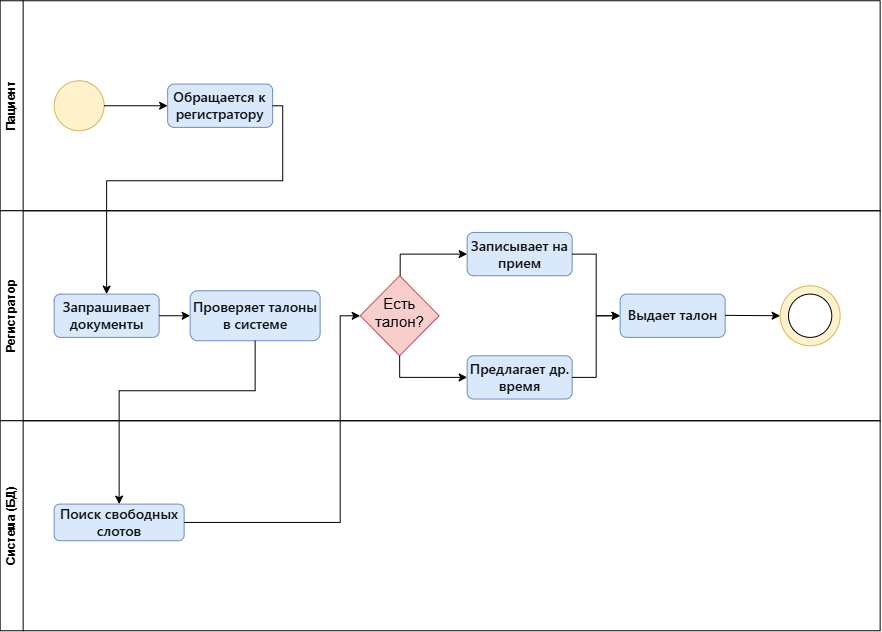
This is lab1/diagrams/activity-uml.png from mihedmasa-wq/visual-programming-labs-Mixed, a draw.io export, as it was before one commit. Source tidied: cells renumbered, new cells last; positions are measured from the earlier drawing's top-left corner, leaving out a move shared by most shapes. Its diagram source:
```xml
<mxGraphModel>
  <root>
    <mxCell id="0" />
    <mxCell id="1" parent="0" />
    <mxCell id="2" value="Пациент" style="swimlane;horizontal=0;whiteSpace=wrap;html=1;" parent="1" vertex="1">
      <mxGeometry width="880" height="210" as="geometry" />
    </mxCell>
    <mxCell id="3" style="ellipse;whiteSpace=wrap;html=1;shapeInside=1;fillColor=#fff2cc;strokeColor=#d6b656;" parent="2" vertex="1">
      <mxGeometry x="54" y="80" width="50" height="50" as="geometry" />
    </mxCell>
    <mxCell id="4" value="&lt;span style=&quot;font-weight: 600; color: rgb(15, 17, 21); font-family: quote-cjk-patch, Inter, system-ui, -apple-system, BlinkMacSystemFont, &amp;quot;Segoe UI&amp;quot;, Roboto, Oxygen, Ubuntu, Cantarell, &amp;quot;Open Sans&amp;quot;, &amp;quot;Helvetica Neue&amp;quot;, sans-serif; text-align: start;&quot;&gt;&lt;span class=&quot;&quot; style=&quot;&quot;&gt;&lt;font style=&quot;font-size: 14px;&quot;&gt;Обращается к регистратору&lt;/font&gt;&lt;/span&gt;&lt;/span&gt;" style="rounded=1;whiteSpace=wrap;html=1;fillColor=#dae8fc;strokeColor=#6c8ebf;" parent="2" vertex="1">
      <mxGeometry x="167.5" y="83.4" width="105" height="43.3" as="geometry" />
    </mxCell>
    <mxCell id="5" style="endArrow=classic;html=1;rounded=0;exitX=1;exitY=0.5;exitDx=0;exitDy=0;entryX=0;entryY=0.5;entryDx=0;entryDy=0;" parent="2" edge="1" source="3" target="4">
      <mxGeometry relative="1" as="geometry" />
    </mxCell>
    <mxCell id="6" value="Регистратор" style="swimlane;horizontal=0;whiteSpace=wrap;html=1;" parent="1" vertex="1">
      <mxGeometry y="210" width="880" height="210" as="geometry" />
    </mxCell>
    <mxCell id="7" value="&lt;span style=&quot;font-weight: 600; color: rgb(15, 17, 21); font-family: quote-cjk-patch, Inter, system-ui, -apple-system, BlinkMacSystemFont, &amp;quot;Segoe UI&amp;quot;, Roboto, Oxygen, Ubuntu, Cantarell, &amp;quot;Open Sans&amp;quot;, &amp;quot;Helvetica Neue&amp;quot;, sans-serif; text-align: start;&quot;&gt;&lt;span class=&quot;&quot; style=&quot;&quot;&gt;&lt;font style=&quot;font-size: 14px;&quot;&gt;Запрашивает документы&lt;/font&gt;&lt;/span&gt;&lt;/span&gt;" style="rounded=1;whiteSpace=wrap;html=1;fillColor=#dae8fc;strokeColor=#6c8ebf;" parent="6" vertex="1">
      <mxGeometry x="54" y="83.4" width="105" height="43.3" as="geometry" />
    </mxCell>
    <mxCell id="8" value="&lt;span style=&quot;font-weight: 600; color: rgb(15, 17, 21); font-family: quote-cjk-patch, Inter, system-ui, -apple-system, BlinkMacSystemFont, &amp;quot;Segoe UI&amp;quot;, Roboto, Oxygen, Ubuntu, Cantarell, &amp;quot;Open Sans&amp;quot;, &amp;quot;Helvetica Neue&amp;quot;, sans-serif; text-align: start;&quot;&gt;&lt;span class=&quot;&quot; style=&quot;&quot;&gt;&lt;font style=&quot;font-size: 14px;&quot;&gt;Проверяет талоны в системе&lt;/font&gt;&lt;/span&gt;&lt;/span&gt;" style="rounded=1;whiteSpace=wrap;html=1;fillColor=#dae8fc;strokeColor=#6c8ebf;" parent="6" vertex="1">
      <mxGeometry x="190" y="80" width="130" height="50" as="geometry" />
    </mxCell>
    <mxCell id="9" value="&lt;font style=&quot;font-size: 15px;&quot;&gt;Есть талон?&lt;/font&gt;" style="rhombus;whiteSpace=wrap;html=1;shapeInside=1;fillColor=#f8cecc;strokeColor=#b85450;" parent="6" vertex="1">
      <mxGeometry x="360" y="65" width="79" height="80" as="geometry" />
    </mxCell>
    <mxCell id="10" value="&lt;span style=&quot;font-weight: 600; color: rgb(15, 17, 21); font-family: quote-cjk-patch, Inter, system-ui, -apple-system, BlinkMacSystemFont, &amp;quot;Segoe UI&amp;quot;, Roboto, Oxygen, Ubuntu, Cantarell, &amp;quot;Open Sans&amp;quot;, &amp;quot;Helvetica Neue&amp;quot;, sans-serif; text-align: start;&quot;&gt;&lt;span class=&quot;&quot; style=&quot;&quot;&gt;&lt;font style=&quot;font-size: 14px;&quot;&gt;Предлагает др. время&lt;/font&gt;&lt;/span&gt;&lt;/span&gt;" style="rounded=1;whiteSpace=wrap;html=1;fillColor=#dae8fc;strokeColor=#6c8ebf;" parent="6" vertex="1">
      <mxGeometry x="467" y="145" width="105" height="43.3" as="geometry" />
    </mxCell>
    <mxCell id="11" value="&lt;span style=&quot;font-weight: 600; color: rgb(15, 17, 21); font-family: quote-cjk-patch, Inter, system-ui, -apple-system, BlinkMacSystemFont, &amp;quot;Segoe UI&amp;quot;, Roboto, Oxygen, Ubuntu, Cantarell, &amp;quot;Open Sans&amp;quot;, &amp;quot;Helvetica Neue&amp;quot;, sans-serif; text-align: start;&quot;&gt;&lt;span class=&quot;&quot; style=&quot;&quot;&gt;&lt;font style=&quot;font-size: 14px;&quot;&gt;Записывает на прием&lt;/font&gt;&lt;/span&gt;&lt;/span&gt;" style="rounded=1;whiteSpace=wrap;html=1;fillColor=#dae8fc;strokeColor=#6c8ebf;" parent="6" vertex="1">
      <mxGeometry x="467" y="21.7" width="105" height="43.3" as="geometry" />
    </mxCell>
    <mxCell id="12" value="&lt;span style=&quot;font-weight: 600; color: rgb(15, 17, 21); font-family: quote-cjk-patch, Inter, system-ui, -apple-system, BlinkMacSystemFont, &amp;quot;Segoe UI&amp;quot;, Roboto, Oxygen, Ubuntu, Cantarell, &amp;quot;Open Sans&amp;quot;, &amp;quot;Helvetica Neue&amp;quot;, sans-serif; text-align: start;&quot;&gt;&lt;span class=&quot;&quot; style=&quot;&quot;&gt;&lt;font style=&quot;font-size: 14px;&quot;&gt;Выдает талон&lt;/font&gt;&lt;/span&gt;&lt;/span&gt;" style="rounded=1;whiteSpace=wrap;html=1;fillColor=#dae8fc;strokeColor=#6c8ebf;" parent="6" vertex="1">
      <mxGeometry x="620" y="83.4" width="105" height="43.3" as="geometry" />
    </mxCell>
    <mxCell id="13" style="ellipse;whiteSpace=wrap;html=1;shapeInside=1;fillColor=#fff2cc;strokeColor=#d6b656;" parent="6" vertex="1">
      <mxGeometry x="780" y="75" width="60" height="60" as="geometry" />
    </mxCell>
    <mxCell id="14" style="ellipse;whiteSpace=wrap;html=1;shapeInside=1;rotation=0;" parent="6" vertex="1">
      <mxGeometry x="788.4" y="83.4" width="43.3" height="43.3" as="geometry" />
    </mxCell>
    <mxCell id="15" style="endArrow=classic;html=1;rounded=0;exitX=1;exitY=0.5;exitDx=0;exitDy=0;entryX=0;entryY=0.5;entryDx=0;entryDy=0;" parent="6" edge="1" source="7" target="8">
      <mxGeometry relative="1" as="geometry" />
    </mxCell>
    <mxCell id="16" style="endArrow=classic;html=1;rounded=0;exitX=1;exitY=0.5;exitDx=0;exitDy=0;entryX=0;entryY=0.5;entryDx=0;entryDy=0;edgeStyle=orthogonalEdgeStyle;" parent="6" edge="1" target="11">
      <mxGeometry relative="1" as="geometry">
        <mxPoint x="400" y="65" as="sourcePoint" />
        <Array as="points">
          <mxPoint x="400" y="42.6" />
        </Array>
      </mxGeometry>
    </mxCell>
    <mxCell id="17" style="endArrow=classic;html=1;rounded=0;exitX=0.5;exitY=1;exitDx=0;exitDy=0;entryX=0;entryY=0.5;entryDx=0;entryDy=0;edgeStyle=orthogonalEdgeStyle;" parent="6" edge="1" source="9" target="10">
      <mxGeometry relative="1" as="geometry" />
    </mxCell>
    <mxCell id="18" style="endArrow=classic;html=1;rounded=0;exitX=1;exitY=0.5;exitDx=0;exitDy=0;entryX=0;entryY=0.5;entryDx=0;entryDy=0;edgeStyle=orthogonalEdgeStyle;" parent="6" edge="1" source="10" target="12">
      <mxGeometry relative="1" as="geometry" />
    </mxCell>
    <mxCell id="19" style="endArrow=classic;html=1;rounded=0;exitX=1;exitY=0.5;exitDx=0;exitDy=0;entryX=0;entryY=0.5;entryDx=0;entryDy=0;edgeStyle=orthogonalEdgeStyle;" parent="6" edge="1" source="11" target="12">
      <mxGeometry relative="1" as="geometry" />
    </mxCell>
    <mxCell id="20" style="endArrow=classic;html=1;rounded=0;exitX=1;exitY=0.5;exitDx=0;exitDy=0;entryX=0;entryY=0.5;entryDx=0;entryDy=0;" parent="6" edge="1" target="13">
      <mxGeometry relative="1" as="geometry">
        <mxPoint x="725" y="104.6" as="sourcePoint" />
      </mxGeometry>
    </mxCell>
    <mxCell id="21" style="endArrow=classic;html=1;rounded=0;exitX=1;exitY=0.5;exitDx=0;exitDy=0;entryX=0.5;entryY=0;entryDx=0;entryDy=0;edgeStyle=orthogonalEdgeStyle;" parent="1" edge="1" source="4" target="7">
      <mxGeometry relative="1" as="geometry">
        <Array as="points">
          <mxPoint x="282.6" y="105" />
          <mxPoint x="282.6" y="180" />
          <mxPoint x="106.6" y="180" />
        </Array>
      </mxGeometry>
    </mxCell>
    <mxCell id="22" value="Система (БД)" style="swimlane;horizontal=0;whiteSpace=wrap;html=1;" parent="1" vertex="1">
      <mxGeometry y="420" width="880" height="210" as="geometry" />
    </mxCell>
    <mxCell id="23" value="&lt;span style=&quot;font-weight: 600; color: rgb(15, 17, 21); font-family: quote-cjk-patch, Inter, system-ui, -apple-system, BlinkMacSystemFont, &amp;quot;Segoe UI&amp;quot;, Roboto, Oxygen, Ubuntu, Cantarell, &amp;quot;Open Sans&amp;quot;, &amp;quot;Helvetica Neue&amp;quot;, sans-serif; text-align: start;&quot;&gt;&lt;span class=&quot;&quot; style=&quot;&quot;&gt;&lt;font style=&quot;font-size: 14px;&quot;&gt;Поиск свободных слотов&lt;/font&gt;&lt;/span&gt;&lt;/span&gt;" style="rounded=1;whiteSpace=wrap;html=1;fillColor=#dae8fc;strokeColor=#6c8ebf;" parent="22" vertex="1">
      <mxGeometry x="54" y="83.4" width="130" height="36.6" as="geometry" />
    </mxCell>
    <mxCell id="24" style="endArrow=classic;html=1;rounded=0;exitX=0.5;exitY=1;exitDx=0;exitDy=0;entryX=0.5;entryY=0;entryDx=0;entryDy=0;edgeStyle=orthogonalEdgeStyle;" parent="1" edge="1" source="8" target="23">
      <mxGeometry relative="1" as="geometry">
        <Array as="points">
          <mxPoint x="255" y="390" />
          <mxPoint x="119" y="390" />
        </Array>
      </mxGeometry>
    </mxCell>
    <mxCell id="25" style="endArrow=classic;html=1;rounded=0;exitX=1;exitY=0.5;exitDx=0;exitDy=0;edgeStyle=orthogonalEdgeStyle;" parent="1" edge="1" source="23" target="9">
      <mxGeometry relative="1" as="geometry">
        <Array as="points">
          <mxPoint x="340" y="521.7" />
          <mxPoint x="340" y="315" />
        </Array>
      </mxGeometry>
    </mxCell>
  </root>
</mxGraphModel>
```
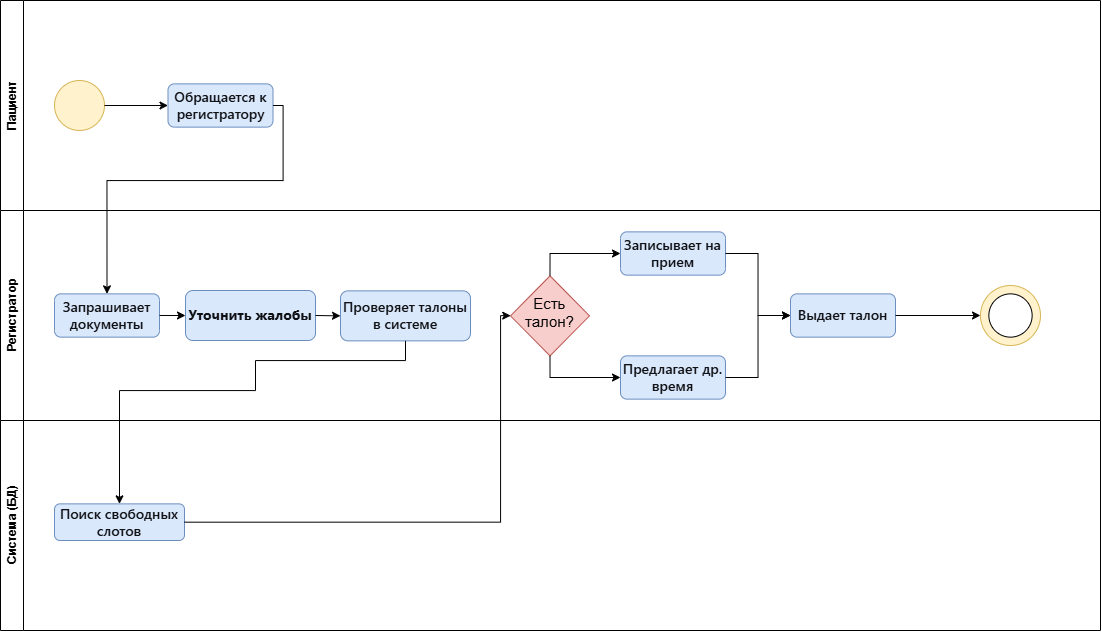
The same file after the commit.

Commit message:
Update UML Activity: add minor element

The edit, as a diff of the source:
```diff
@@ -3,7 +3,7 @@
     <mxCell id="0" />
     <mxCell id="1" parent="0" />
     <mxCell id="2" value="Пациент" style="swimlane;horizontal=0;whiteSpace=wrap;html=1;" parent="1" vertex="1">
-      <mxGeometry width="880" height="210" as="geometry" />
+      <mxGeometry width="1100" height="210" as="geometry" />
     </mxCell>
     <mxCell id="3" style="ellipse;whiteSpace=wrap;html=1;shapeInside=1;fillColor=#fff2cc;strokeColor=#d6b656;" parent="2" vertex="1">
       <mxGeometry x="54" y="80" width="50" height="50" as="geometry" />
@@ -15,40 +15,36 @@
       <mxGeometry relative="1" as="geometry" />
     </mxCell>
     <mxCell id="6" value="Регистратор" style="swimlane;horizontal=0;whiteSpace=wrap;html=1;" parent="1" vertex="1">
-      <mxGeometry y="210" width="880" height="210" as="geometry" />
+      <mxGeometry y="210" width="1100" height="210" as="geometry" />
     </mxCell>
     <mxCell id="7" value="&lt;span style=&quot;font-weight: 600; color: rgb(15, 17, 21); font-family: quote-cjk-patch, Inter, system-ui, -apple-system, BlinkMacSystemFont, &amp;quot;Segoe UI&amp;quot;, Roboto, Oxygen, Ubuntu, Cantarell, &amp;quot;Open Sans&amp;quot;, &amp;quot;Helvetica Neue&amp;quot;, sans-serif; text-align: start;&quot;&gt;&lt;span class=&quot;&quot; style=&quot;&quot;&gt;&lt;font style=&quot;font-size: 14px;&quot;&gt;Запрашивает документы&lt;/font&gt;&lt;/span&gt;&lt;/span&gt;" style="rounded=1;whiteSpace=wrap;html=1;fillColor=#dae8fc;strokeColor=#6c8ebf;" parent="6" vertex="1">
       <mxGeometry x="54" y="83.4" width="105" height="43.3" as="geometry" />
     </mxCell>
     <mxCell id="8" value="&lt;span style=&quot;font-weight: 600; color: rgb(15, 17, 21); font-family: quote-cjk-patch, Inter, system-ui, -apple-system, BlinkMacSystemFont, &amp;quot;Segoe UI&amp;quot;, Roboto, Oxygen, Ubuntu, Cantarell, &amp;quot;Open Sans&amp;quot;, &amp;quot;Helvetica Neue&amp;quot;, sans-serif; text-align: start;&quot;&gt;&lt;span class=&quot;&quot; style=&quot;&quot;&gt;&lt;font style=&quot;font-size: 14px;&quot;&gt;Проверяет талоны в системе&lt;/font&gt;&lt;/span&gt;&lt;/span&gt;" style="rounded=1;whiteSpace=wrap;html=1;fillColor=#dae8fc;strokeColor=#6c8ebf;" parent="6" vertex="1">
-      <mxGeometry x="190" y="80" width="130" height="50" as="geometry" />
+      <mxGeometry x="340" y="80.4" width="130" height="50" as="geometry" />
     </mxCell>
     <mxCell id="9" value="&lt;font style=&quot;font-size: 15px;&quot;&gt;Есть талон?&lt;/font&gt;" style="rhombus;whiteSpace=wrap;html=1;shapeInside=1;fillColor=#f8cecc;strokeColor=#b85450;" parent="6" vertex="1">
-      <mxGeometry x="360" y="65" width="79" height="80" as="geometry" />
+      <mxGeometry x="510" y="65.4" width="79" height="80" as="geometry" />
     </mxCell>
     <mxCell id="10" value="&lt;span style=&quot;font-weight: 600; color: rgb(15, 17, 21); font-family: quote-cjk-patch, Inter, system-ui, -apple-system, BlinkMacSystemFont, &amp;quot;Segoe UI&amp;quot;, Roboto, Oxygen, Ubuntu, Cantarell, &amp;quot;Open Sans&amp;quot;, &amp;quot;Helvetica Neue&amp;quot;, sans-serif; text-align: start;&quot;&gt;&lt;span class=&quot;&quot; style=&quot;&quot;&gt;&lt;font style=&quot;font-size: 14px;&quot;&gt;Предлагает др. время&lt;/font&gt;&lt;/span&gt;&lt;/span&gt;" style="rounded=1;whiteSpace=wrap;html=1;fillColor=#dae8fc;strokeColor=#6c8ebf;" parent="6" vertex="1">
-      <mxGeometry x="467" y="145" width="105" height="43.3" as="geometry" />
+      <mxGeometry x="620" y="145.4" width="105" height="43.3" as="geometry" />
     </mxCell>
     <mxCell id="11" value="&lt;span style=&quot;font-weight: 600; color: rgb(15, 17, 21); font-family: quote-cjk-patch, Inter, system-ui, -apple-system, BlinkMacSystemFont, &amp;quot;Segoe UI&amp;quot;, Roboto, Oxygen, Ubuntu, Cantarell, &amp;quot;Open Sans&amp;quot;, &amp;quot;Helvetica Neue&amp;quot;, sans-serif; text-align: start;&quot;&gt;&lt;span class=&quot;&quot; style=&quot;&quot;&gt;&lt;font style=&quot;font-size: 14px;&quot;&gt;Записывает на прием&lt;/font&gt;&lt;/span&gt;&lt;/span&gt;" style="rounded=1;whiteSpace=wrap;html=1;fillColor=#dae8fc;strokeColor=#6c8ebf;" parent="6" vertex="1">
-      <mxGeometry x="467" y="21.7" width="105" height="43.3" as="geometry" />
+      <mxGeometry x="620" y="21.4" width="105" height="43.3" as="geometry" />
     </mxCell>
     <mxCell id="12" value="&lt;span style=&quot;font-weight: 600; color: rgb(15, 17, 21); font-family: quote-cjk-patch, Inter, system-ui, -apple-system, BlinkMacSystemFont, &amp;quot;Segoe UI&amp;quot;, Roboto, Oxygen, Ubuntu, Cantarell, &amp;quot;Open Sans&amp;quot;, &amp;quot;Helvetica Neue&amp;quot;, sans-serif; text-align: start;&quot;&gt;&lt;span class=&quot;&quot; style=&quot;&quot;&gt;&lt;font style=&quot;font-size: 14px;&quot;&gt;Выдает талон&lt;/font&gt;&lt;/span&gt;&lt;/span&gt;" style="rounded=1;whiteSpace=wrap;html=1;fillColor=#dae8fc;strokeColor=#6c8ebf;" parent="6" vertex="1">
-      <mxGeometry x="620" y="83.4" width="105" height="43.3" as="geometry" />
+      <mxGeometry x="790" y="83.4" width="105" height="43.3" as="geometry" />
     </mxCell>
     <mxCell id="13" style="ellipse;whiteSpace=wrap;html=1;shapeInside=1;fillColor=#fff2cc;strokeColor=#d6b656;" parent="6" vertex="1">
-      <mxGeometry x="780" y="75" width="60" height="60" as="geometry" />
+      <mxGeometry x="980" y="75" width="60" height="60" as="geometry" />
     </mxCell>
     <mxCell id="14" style="ellipse;whiteSpace=wrap;html=1;shapeInside=1;rotation=0;" parent="6" vertex="1">
-      <mxGeometry x="788.4" y="83.4" width="43.3" height="43.3" as="geometry" />
+      <mxGeometry x="988.4" y="83.4" width="43.3" height="43.3" as="geometry" />
     </mxCell>
-    <mxCell id="15" style="endArrow=classic;html=1;rounded=0;exitX=1;exitY=0.5;exitDx=0;exitDy=0;entryX=0;entryY=0.5;entryDx=0;entryDy=0;" parent="6" edge="1" source="7" target="8">
-      <mxGeometry relative="1" as="geometry" />
-    </mxCell>
-    <mxCell id="16" style="endArrow=classic;html=1;rounded=0;exitX=1;exitY=0.5;exitDx=0;exitDy=0;entryX=0;entryY=0.5;entryDx=0;entryDy=0;edgeStyle=orthogonalEdgeStyle;" parent="6" edge="1" target="11">
+    <mxCell id="16" style="endArrow=classic;html=1;rounded=0;exitX=0.5;exitY=0;exitDx=0;exitDy=0;entryX=0;entryY=0.5;entryDx=0;entryDy=0;edgeStyle=orthogonalEdgeStyle;" parent="6" edge="1" source="9" target="11">
       <mxGeometry relative="1" as="geometry">
-        <mxPoint x="400" y="65" as="sourcePoint" />
         <Array as="points">
-          <mxPoint x="400" y="42.6" />
+          <mxPoint x="549.5" y="43" />
         </Array>
       </mxGeometry>
     </mxCell>
@@ -61,11 +57,20 @@
     <mxCell id="19" style="endArrow=classic;html=1;rounded=0;exitX=1;exitY=0.5;exitDx=0;exitDy=0;entryX=0;entryY=0.5;entryDx=0;entryDy=0;edgeStyle=orthogonalEdgeStyle;" parent="6" edge="1" source="11" target="12">
       <mxGeometry relative="1" as="geometry" />
     </mxCell>
-    <mxCell id="20" style="endArrow=classic;html=1;rounded=0;exitX=1;exitY=0.5;exitDx=0;exitDy=0;entryX=0;entryY=0.5;entryDx=0;entryDy=0;" parent="6" edge="1" target="13">
-      <mxGeometry relative="1" as="geometry">
-        <mxPoint x="725" y="104.6" as="sourcePoint" />
-      </mxGeometry>
+    <mxCell id="20" style="endArrow=classic;html=1;rounded=0;exitX=1;exitY=0.5;exitDx=0;exitDy=0;entryX=0;entryY=0.5;entryDx=0;entryDy=0;" parent="6" edge="1" source="12" target="13">
+      <mxGeometry relative="1" as="geometry" />
     </mxCell>
+    <mxCell id="26" value="&lt;div style=&quot;text-align: start;&quot;&gt;&lt;span style=&quot;background-color: transparent; font-size: 14px;&quot;&gt;&lt;font color=&quot;#0f1115&quot; face=&quot;quote-cjk-patch, Inter, system-ui, -apple-system, BlinkMacSystemFont, Segoe UI, Roboto, Oxygen, Ubuntu, Cantarell, Open Sans, Helvetica Neue, sans-serif&quot;&gt;&lt;b&gt;Уточнить жалобы&lt;/b&gt;&lt;/font&gt;&lt;/span&gt;&lt;/div&gt;" style="rounded=1;whiteSpace=wrap;html=1;fillColor=#dae8fc;strokeColor=#6c8ebf;" parent="6" vertex="1">
+      <mxGeometry x="185" y="80" width="130" height="50" as="geometry" />
+    </mxCell>
+    <mxCell id="27" style="endArrow=classic;html=1;rounded=0;exitX=1;exitY=0.5;exitDx=0;exitDy=0;entryX=0;entryY=0.5;entryDx=0;entryDy=0;" parent="6" edge="1" target="26">
+      <mxGeometry relative="1" as="geometry">
+        <mxPoint x="159" y="105" as="sourcePoint" />
+      </mxGeometry>
+    </mxCell>
+    <mxCell id="28" style="endArrow=classic;html=1;rounded=0;exitX=1;exitY=0.5;exitDx=0;exitDy=0;entryX=0;entryY=0.5;entryDx=0;entryDy=0;" parent="6" edge="1" source="26" target="8">
+      <mxGeometry relative="1" as="geometry" />
+    </mxCell>
     <mxCell id="21" style="endArrow=classic;html=1;rounded=0;exitX=1;exitY=0.5;exitDx=0;exitDy=0;entryX=0.5;entryY=0;entryDx=0;entryDy=0;edgeStyle=orthogonalEdgeStyle;" parent="1" edge="1" source="4" target="7">
       <mxGeometry relative="1" as="geometry">
         <Array as="points">
@@ -76,7 +81,7 @@
       </mxGeometry>
     </mxCell>
     <mxCell id="22" value="Система (БД)" style="swimlane;horizontal=0;whiteSpace=wrap;html=1;" parent="1" vertex="1">
-      <mxGeometry y="420" width="880" height="210" as="geometry" />
+      <mxGeometry y="420" width="1100" height="210" as="geometry" />
     </mxCell>
     <mxCell id="23" value="&lt;span style=&quot;font-weight: 600; color: rgb(15, 17, 21); font-family: quote-cjk-patch, Inter, system-ui, -apple-system, BlinkMacSystemFont, &amp;quot;Segoe UI&amp;quot;, Roboto, Oxygen, Ubuntu, Cantarell, &amp;quot;Open Sans&amp;quot;, &amp;quot;Helvetica Neue&amp;quot;, sans-serif; text-align: start;&quot;&gt;&lt;span class=&quot;&quot; style=&quot;&quot;&gt;&lt;font style=&quot;font-size: 14px;&quot;&gt;Поиск свободных слотов&lt;/font&gt;&lt;/span&gt;&lt;/span&gt;" style="rounded=1;whiteSpace=wrap;html=1;fillColor=#dae8fc;strokeColor=#6c8ebf;" parent="22" vertex="1">
       <mxGeometry x="54" y="83.4" width="130" height="36.6" as="geometry" />
@@ -84,6 +89,8 @@
     <mxCell id="24" style="endArrow=classic;html=1;rounded=0;exitX=0.5;exitY=1;exitDx=0;exitDy=0;entryX=0.5;entryY=0;entryDx=0;entryDy=0;edgeStyle=orthogonalEdgeStyle;" parent="1" edge="1" source="8" target="23">
       <mxGeometry relative="1" as="geometry">
         <Array as="points">
+          <mxPoint x="405" y="360" />
+          <mxPoint x="255" y="360" />
           <mxPoint x="255" y="390" />
           <mxPoint x="119" y="390" />
         </Array>
@@ -92,8 +99,8 @@
     <mxCell id="25" style="endArrow=classic;html=1;rounded=0;exitX=1;exitY=0.5;exitDx=0;exitDy=0;edgeStyle=orthogonalEdgeStyle;" parent="1" edge="1" source="23" target="9">
       <mxGeometry relative="1" as="geometry">
         <Array as="points">
-          <mxPoint x="340" y="521.7" />
-          <mxPoint x="340" y="315" />
+          <mxPoint x="500" y="521.7" />
+          <mxPoint x="500" y="315.1" />
         </Array>
       </mxGeometry>
     </mxCell>
```
